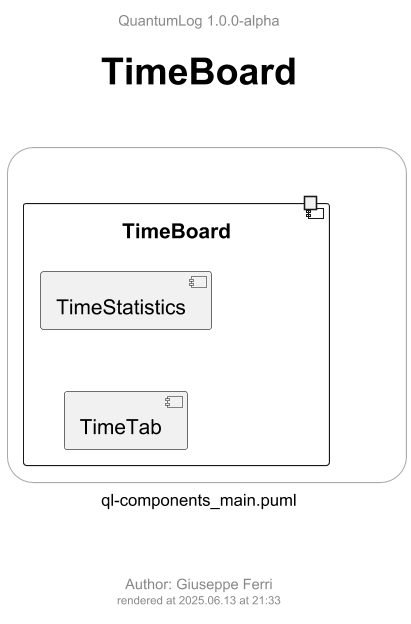
Above: out/ql-diagram/ql-components_main_timeboard.png in JoeFerri/QuantumLog (PlantUML), before the change.
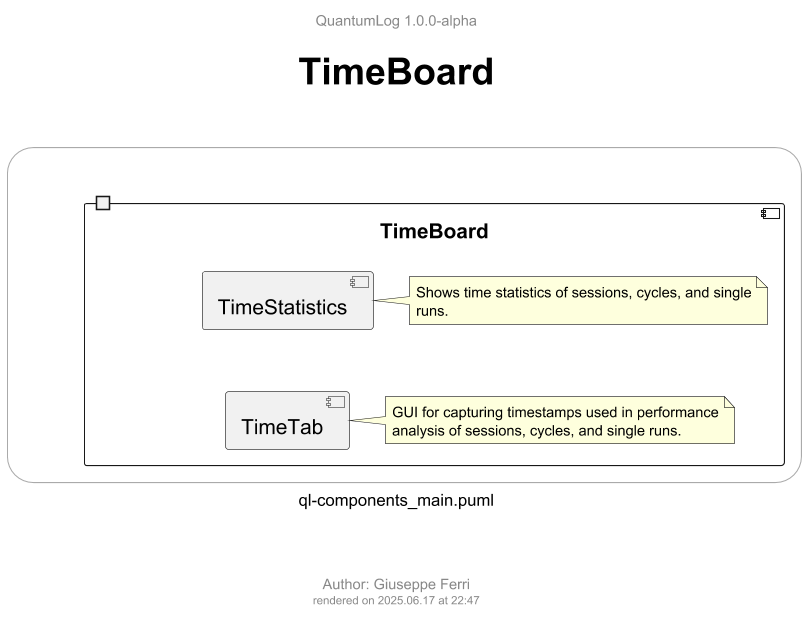
The same diagram one commit later.

The edit, as a diff of the source:
```diff
@@ -2,7 +2,8 @@
 !$title = "TimeBoard"
 !$author = "Giuseppe Ferri"
 
-!include templates/ql-template-main.puml
+!include templates/ql-template-main.iuml
+!include templates/styles/ql-style-lib.iuml
 
 rectangle r <<frame>> {
 
@@ -10,7 +11,12 @@
     port PTimeBoardOut
 
       component [TimeStatistics]
+        !$note = "Shows time statistics of sessions, cycles, and single runs."
+        $qlNoteRel(nTimeStatistics, [TimeStatistics], ".l.", $note)
+
       component [TimeTab]
+        !$note = "GUI for capturing timestamps used in performance analysis of sessions, cycles, and single runs."
+        $qlNoteRel(nTimeTab, [TimeTab], ".l.", $note)
   }
 
 }
```
